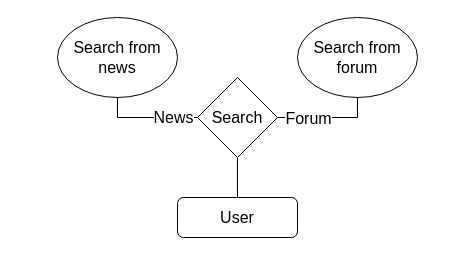
Earlier version of the draw.io diagram document/useHome.drawio (AndreiTka4iov/Course-work). Source tidied: cells renumbered, new cells numbered last; positions are measured from the earlier drawing's top-left corner, leaving out a move shared by most shapes. Both pictures are drawn from the tidied source at 100%, with x=0, y=0 at pixel (57, 17).
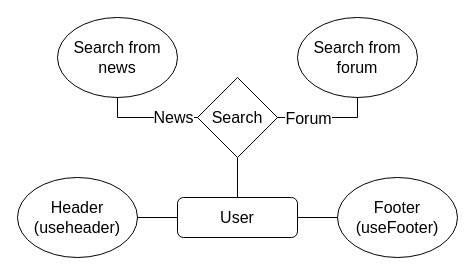
After the change.

Change to the diagram source:
```diff
@@
 <mxGraphModel>
   <root>
     <mxCell id="0" />
     <mxCell id="1" parent="0" />
     <mxCell id="2" value="&lt;font style=&quot;font-size: 16px;&quot;&gt;User&lt;/font&gt;" style="rounded=1;whiteSpace=wrap;html=1;" parent="1" vertex="1">
       <mxGeometry x="120" y="180" width="120" height="40" as="geometry" />
     </mxCell>
     <mxCell id="3" style="endArrow=none;html=1;rounded=0;fontSize=16;exitX=0.5;exitY=0;exitDx=0;exitDy=0;" parent="1" edge="1" source="2" target="4">
       <mxGeometry relative="1" as="geometry" />
     </mxCell>
     <mxCell id="4" value="Search" style="rhombus;whiteSpace=wrap;html=1;fontSize=16;" parent="1" vertex="1">
       <mxGeometry x="140" y="60" width="80" height="80" as="geometry" />
     </mxCell>
     <mxCell id="5" value="Search from news" style="ellipse;whiteSpace=wrap;html=1;fontSize=16;" parent="1" vertex="1">
       <mxGeometry width="120" height="80" as="geometry" />
     </mxCell>
     <mxCell id="6" value="Search from forum" style="ellipse;whiteSpace=wrap;html=1;fontSize=16;" parent="1" vertex="1">
       <mxGeometry x="240" width="120" height="80" as="geometry" />
     </mxCell>
     <mxCell id="7" style="endArrow=none;html=1;rounded=0;fontSize=16;exitX=0;exitY=0.5;exitDx=0;exitDy=0;entryX=0.5;entryY=1;entryDx=0;entryDy=0;" parent="1" edge="1" source="4" target="5">
       <mxGeometry relative="1" as="geometry">
         <Array as="points">
           <mxPoint x="60" y="100" />
         </Array>
       </mxGeometry>
     </mxCell>
     <mxCell id="8" value="News" style="edgeLabel;html=1;align=center;verticalAlign=middle;fontSize=16;" parent="7" vertex="1">
       <mxGeometry x="-0.5" y="-1" relative="1" as="geometry" />
     </mxCell>
     <mxCell id="9" style="endArrow=none;html=1;rounded=0;fontSize=16;exitX=1;exitY=0.5;exitDx=0;exitDy=0;entryX=0.5;entryY=1;entryDx=0;entryDy=0;" parent="1" edge="1" source="4" target="6">
       <mxGeometry relative="1" as="geometry">
         <Array as="points">
           <mxPoint x="300" y="100" />
         </Array>
       </mxGeometry>
     </mxCell>
     <mxCell id="10" value="Forum" style="edgeLabel;html=1;align=center;verticalAlign=middle;fontSize=16;" parent="9" vertex="1">
       <mxGeometry x="-0.58" y="2" relative="1" as="geometry">
         <mxPoint x="9" y="2" as="offset" />
       </mxGeometry>
     </mxCell>
+    <mxCell id="11" value="Header&lt;br&gt;(useheader)" style="ellipse;whiteSpace=wrap;html=1;fontSize=16;" parent="1" vertex="1">
+      <mxGeometry x="-40" y="160" width="120" height="80" as="geometry" />
+    </mxCell>
+    <mxCell id="12" value="Footer&lt;br&gt;(useFooter)" style="ellipse;whiteSpace=wrap;html=1;fontSize=16;" parent="1" vertex="1">
+      <mxGeometry x="280" y="160" width="120" height="80" as="geometry" />
+    </mxCell>
+    <mxCell id="13" style="endArrow=none;html=1;rounded=0;fontSize=16;exitX=1;exitY=0.5;exitDx=0;exitDy=0;entryX=0;entryY=0.5;entryDx=0;entryDy=0;" parent="1" edge="1" source="11" target="2">
+      <mxGeometry relative="1" as="geometry" />
+    </mxCell>
+    <mxCell id="14" style="endArrow=none;html=1;rounded=0;fontSize=16;exitX=1;exitY=0.5;exitDx=0;exitDy=0;entryX=0;entryY=0.5;entryDx=0;entryDy=0;" parent="1" edge="1" source="2" target="12">
+      <mxGeometry relative="1" as="geometry" />
+    </mxCell>
   </root>
 </mxGraphModel>
```
